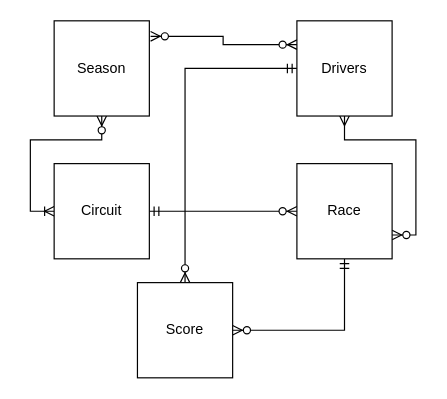
Before: Untitled Diagram.drawio in JurrijnModderman/ERD, a draw.io diagram. Source tidied: cells renumbered, new cells numbered last; positions are measured from the earlier drawing's top-left corner, leaving out a move shared by most shapes. Both pictures are drawn from the tidied source at 119%, with x=0, y=0 at pixel (54, 20).
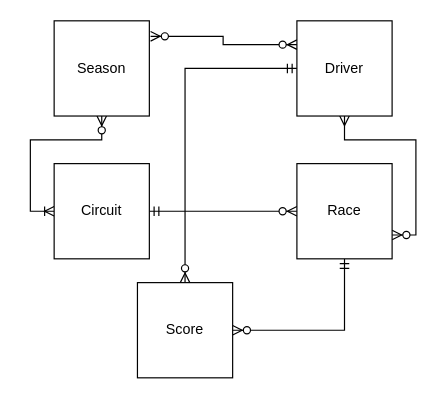
After the change.

Diff of the diagram source:
```diff
@@
 <mxGraphModel>
   <root>
     <mxCell id="0" />
     <mxCell id="1" parent="0" />
     <mxCell id="2" style="edgeStyle=orthogonalEdgeStyle;rounded=0;jettySize=auto;html=1;entryX=0;entryY=0.5;entryDx=0;entryDy=0;startArrow=ERzeroToMany;startFill=1;endArrow=ERoneToMany;endFill=0;" parent="1" edge="1" source="3" target="9">
       <mxGeometry relative="1" as="geometry" />
     </mxCell>
     <mxCell id="3" value="Season" style="whiteSpace=wrap;html=1;" parent="1" vertex="1">
       <mxGeometry width="80" height="80" as="geometry" />
     </mxCell>
     <mxCell id="4" style="edgeStyle=orthogonalEdgeStyle;rounded=0;jettySize=auto;html=1;entryX=1;entryY=0.75;entryDx=0;entryDy=0;startArrow=ERmany;startFill=0;endArrow=ERzeroToMany;endFill=1;" parent="1" edge="1" source="7" target="12">
       <mxGeometry relative="1" as="geometry" />
     </mxCell>
     <mxCell id="5" style="edgeStyle=orthogonalEdgeStyle;rounded=0;jettySize=auto;html=1;startArrow=ERmandOne;startFill=0;endArrow=ERzeroToMany;endFill=1;" parent="1" edge="1" source="7" target="11">
       <mxGeometry relative="1" as="geometry" />
     </mxCell>
     <mxCell id="6" style="edgeStyle=orthogonalEdgeStyle;rounded=0;jettySize=auto;html=1;exitX=0;exitY=0.25;exitDx=0;exitDy=0;entryX=1.013;entryY=0.163;entryDx=0;entryDy=0;entryPerimeter=0;startArrow=ERzeroToMany;startFill=1;endArrow=ERzeroToMany;endFill=1;" parent="1" edge="1" source="7" target="3">
       <mxGeometry relative="1" as="geometry" />
     </mxCell>
-    <mxCell id="7" value="Drivers" style="whiteSpace=wrap;html=1;" parent="1" vertex="1">
+    <mxCell id="7" value="Driver" style="whiteSpace=wrap;html=1;" parent="1" vertex="1">
       <mxGeometry x="204" width="80" height="80" as="geometry" />
     </mxCell>
     <mxCell id="8" style="edgeStyle=orthogonalEdgeStyle;rounded=0;jettySize=auto;html=1;entryX=0;entryY=0.5;entryDx=0;entryDy=0;startArrow=ERmandOne;startFill=0;endArrow=ERzeroToMany;endFill=1;" parent="1" edge="1" source="9" target="12">
       <mxGeometry relative="1" as="geometry" />
     </mxCell>
     <mxCell id="9" value="Circuit" style="whiteSpace=wrap;html=1;" parent="1" vertex="1">
       <mxGeometry y="120" width="80" height="80" as="geometry" />
     </mxCell>
     <mxCell id="10" style="edgeStyle=orthogonalEdgeStyle;rounded=0;jettySize=auto;html=1;entryX=0.5;entryY=1;entryDx=0;entryDy=0;endArrow=ERmandOne;endFill=0;startArrow=ERzeroToMany;startFill=1;" parent="1" edge="1" source="11" target="12">
       <mxGeometry relative="1" as="geometry" />
     </mxCell>
     <mxCell id="11" value="Score" style="whiteSpace=wrap;html=1;" parent="1" vertex="1">
       <mxGeometry x="70" y="220" width="80" height="80" as="geometry" />
     </mxCell>
     <mxCell id="12" value="Race" style="whiteSpace=wrap;html=1;" parent="1" vertex="1">
       <mxGeometry x="204" y="120" width="80" height="80" as="geometry" />
     </mxCell>
   </root>
 </mxGraphModel>
```
